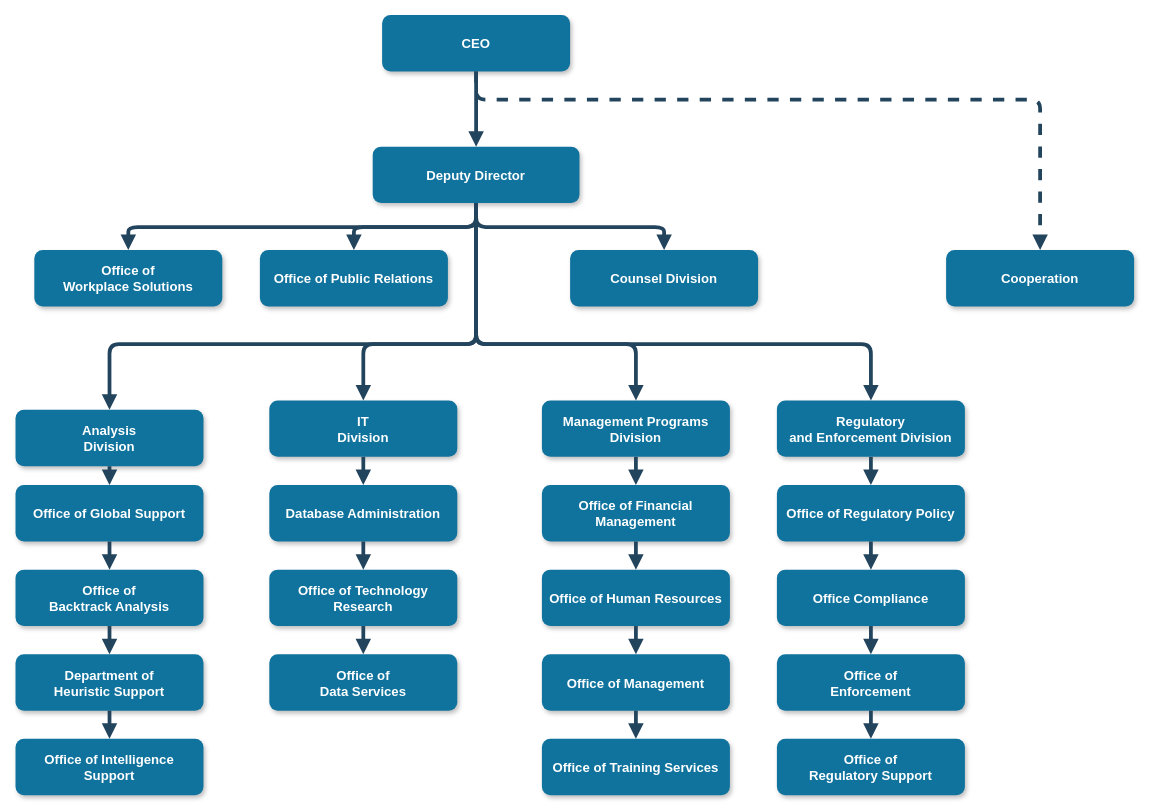
rockysroll/testgit keeps this draw.io diagram as Untitled Diagram.drawio. Above is the earlier version. Source tidied: cells renumbered, new cells numbered last; positions are measured from the earlier drawing's top-left corner, leaving out a move shared by most shapes. Both pictures are drawn from the tidied source at 94%, with x=0, y=0 at pixel (15, 15).
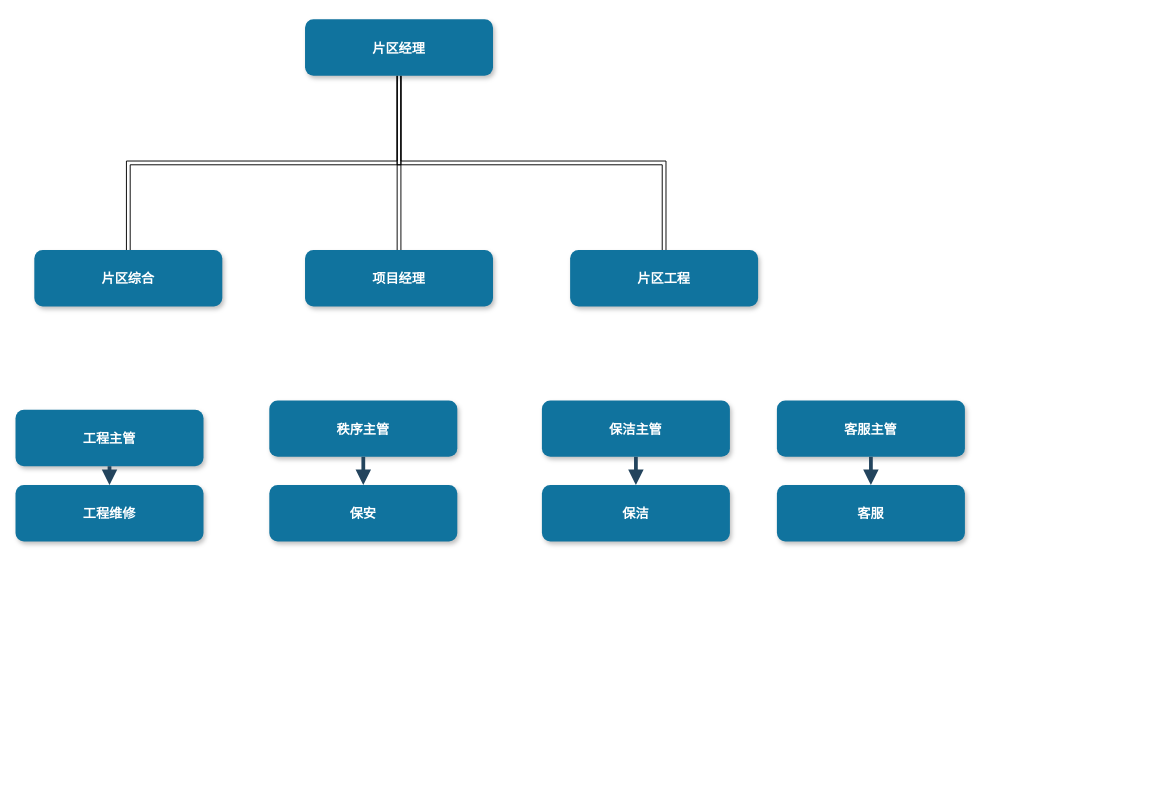
The same diagram, later.

The edit, as a diff of the source:
```diff
@@
+    <mxCell id="51" style="edgeStyle=orthogonalEdgeStyle;shape=link;rounded=0;jettySize=auto;html=1;exitX=0.5;exitY=1;exitDx=0;exitDy=0;" parent="1" edge="1" source="2" target="4">
+      <mxGeometry relative="1" as="geometry" />
+    </mxCell>
+    <mxCell id="52" style="edgeStyle=orthogonalEdgeStyle;shape=link;rounded=0;jettySize=auto;html=1;entryX=0.5;entryY=0;entryDx=0;entryDy=0;exitX=0.5;exitY=1;exitDx=0;exitDy=0;" parent="1" edge="1" source="2" target="6">
+      <mxGeometry relative="1" as="geometry" />
+    </mxCell>
+    <mxCell id="53" style="edgeStyle=orthogonalEdgeStyle;shape=link;rounded=0;jettySize=auto;html=1;entryX=0.5;entryY=0;entryDx=0;entryDy=0;" parent="1" edge="1" source="2" target="5">
+      <mxGeometry relative="1" as="geometry" />
+    </mxCell>
-    <mxCell id="2" value="CEO" style="rounded=1;fillColor=#10739E;strokeColor=none;shadow=1;gradientColor=none;fontStyle=1;fontColor=#FFFFFF;fontSize=14;" parent="1" vertex="1">
-      <mxGeometry x="390" y="-0.5" width="200" height="60" as="geometry" />
+    <mxCell id="2" value="片区经理" style="rounded=1;fillColor=#10739E;strokeColor=none;shadow=1;gradientColor=none;fontStyle=1;fontColor=#FFFFFF;fontSize=14;" parent="1" vertex="1">
+      <mxGeometry x="308" y="4" width="200" height="60" as="geometry" />
     </mxCell>
-    <mxCell id="3" value="Deputy Director" style="rounded=1;fillColor=#10739E;strokeColor=none;shadow=1;gradientColor=none;fontStyle=1;fontColor=#FFFFFF;fontSize=14;" parent="1" vertex="1">
-      <mxGeometry x="380" y="139.5" width="220" height="60" as="geometry" />
-    </mxCell>
-    <mxCell id="4" value="Office of &#10;Workplace Solutions" style="rounded=1;fillColor=#10739E;strokeColor=none;shadow=1;gradientColor=none;fontStyle=1;fontColor=#FFFFFF;fontSize=14;" parent="1" vertex="1">
+    <mxCell id="4" value="片区综合" style="rounded=1;fillColor=#10739E;strokeColor=none;shadow=1;gradientColor=none;fontStyle=1;fontColor=#FFFFFF;fontSize=14;" parent="1" vertex="1">
       <mxGeometry x="20" y="249.5" width="200" height="60" as="geometry" />
     </mxCell>
-    <mxCell id="5" value="Office of Public Relations" style="rounded=1;fillColor=#10739E;strokeColor=none;shadow=1;gradientColor=none;fontStyle=1;fontColor=#FFFFFF;fontSize=14;" parent="1" vertex="1">
-      <mxGeometry x="260" y="249.5" width="200" height="60" as="geometry" />
+    <mxCell id="5" value="项目经理" style="rounded=1;fillColor=#10739E;strokeColor=none;shadow=1;gradientColor=none;fontStyle=1;fontColor=#FFFFFF;fontSize=14;" parent="1" vertex="1">
+      <mxGeometry x="308" y="249.5" width="200" height="60" as="geometry" />
     </mxCell>
-    <mxCell id="6" value="Counsel Division" style="rounded=1;fillColor=#10739E;strokeColor=none;shadow=1;gradientColor=none;fontStyle=1;fontColor=#FFFFFF;fontSize=14;" parent="1" vertex="1">
+    <mxCell id="6" value="片区工程" style="rounded=1;fillColor=#10739E;strokeColor=none;shadow=1;gradientColor=none;fontStyle=1;fontColor=#FFFFFF;fontSize=14;" parent="1" vertex="1">
       <mxGeometry x="590" y="249.5" width="200" height="60" as="geometry" />
     </mxCell>
-    <mxCell id="7" value="Cooperation" style="rounded=1;fillColor=#10739E;strokeColor=none;shadow=1;gradientColor=none;fontStyle=1;fontColor=#FFFFFF;fontSize=14;" parent="1" vertex="1">
-      <mxGeometry x="990" y="249.5" width="200" height="60" as="geometry" />
-    </mxCell>
-    <mxCell id="8" value="Analysis &#10;Division" style="rounded=1;fillColor=#10739E;strokeColor=none;shadow=1;gradientColor=none;fontStyle=1;fontColor=#FFFFFF;fontSize=14;" parent="1" vertex="1">
+    <mxCell id="8" value="工程主管" style="rounded=1;fillColor=#10739E;strokeColor=none;shadow=1;gradientColor=none;fontStyle=1;fontColor=#FFFFFF;fontSize=14;" parent="1" vertex="1">
       <mxGeometry y="419.5" width="200" height="60" as="geometry" />
     </mxCell>
-    <mxCell id="9" value="Office of Global Support" style="rounded=1;fillColor=#10739E;strokeColor=none;shadow=1;gradientColor=none;fontStyle=1;fontColor=#FFFFFF;fontSize=14;" parent="1" vertex="1">
+    <mxCell id="9" value="工程维修" style="rounded=1;fillColor=#10739E;strokeColor=none;shadow=1;gradientColor=none;fontStyle=1;fontColor=#FFFFFF;fontSize=14;" parent="1" vertex="1">
       <mxGeometry y="499.5" width="200" height="60" as="geometry" />
     </mxCell>
-    <mxCell id="10" value="Office of &#10;Backtrack Analysis" style="rounded=1;fillColor=#10739E;strokeColor=none;shadow=1;gradientColor=none;fontStyle=1;fontColor=#FFFFFF;fontSize=14;" parent="1" vertex="1">
-      <mxGeometry y="589.5" width="200" height="60" as="geometry" />
-    </mxCell>
-    <mxCell id="11" value="Department of &#10;Heuristic Support" style="rounded=1;fillColor=#10739E;strokeColor=none;shadow=1;gradientColor=none;fontStyle=1;fontColor=#FFFFFF;fontSize=14;" parent="1" vertex="1">
-      <mxGeometry y="679.5" width="200" height="60" as="geometry" />
-    </mxCell>
-    <mxCell id="12" value="Office of Intelligence &#10;Support" style="rounded=1;fillColor=#10739E;strokeColor=none;shadow=1;gradientColor=none;fontStyle=1;fontColor=#FFFFFF;fontSize=14;" parent="1" vertex="1">
-      <mxGeometry y="769.5" width="200" height="60" as="geometry" />
-    </mxCell>
-    <mxCell id="13" value="IT&#10;Division" style="rounded=1;fillColor=#10739E;strokeColor=none;shadow=1;gradientColor=none;fontStyle=1;fontColor=#FFFFFF;fontSize=14;" parent="1" vertex="1">
+    <mxCell id="13" value="秩序主管" style="rounded=1;fillColor=#10739E;strokeColor=none;shadow=1;gradientColor=none;fontStyle=1;fontColor=#FFFFFF;fontSize=14;" parent="1" vertex="1">
       <mxGeometry x="270" y="409.5" width="200" height="60" as="geometry" />
     </mxCell>
-    <mxCell id="14" value="Database Administration" style="rounded=1;fillColor=#10739E;strokeColor=none;shadow=1;gradientColor=none;fontStyle=1;fontColor=#FFFFFF;fontSize=14;" parent="1" vertex="1">
+    <mxCell id="14" value="保安" style="rounded=1;fillColor=#10739E;strokeColor=none;shadow=1;gradientColor=none;fontStyle=1;fontColor=#FFFFFF;fontSize=14;" parent="1" vertex="1">
       <mxGeometry x="270" y="499.5" width="200" height="60" as="geometry" />
     </mxCell>
-    <mxCell id="15" value="Office of Technology &#10;Research" style="rounded=1;fillColor=#10739E;strokeColor=none;shadow=1;gradientColor=none;fontStyle=1;fontColor=#FFFFFF;fontSize=14;" parent="1" vertex="1">
-      <mxGeometry x="270" y="589.5" width="200" height="60" as="geometry" />
-    </mxCell>
-    <mxCell id="16" value="Office of&#10;Data Services" style="rounded=1;fillColor=#10739E;strokeColor=none;shadow=1;gradientColor=none;fontStyle=1;fontColor=#FFFFFF;fontSize=14;" parent="1" vertex="1">
-      <mxGeometry x="270" y="679.5" width="200" height="60" as="geometry" />
-    </mxCell>
-    <mxCell id="17" value="Management Programs &#10;Division" style="rounded=1;fillColor=#10739E;strokeColor=none;shadow=1;gradientColor=none;fontStyle=1;fontColor=#FFFFFF;fontSize=14;" parent="1" vertex="1">
+    <mxCell id="17" value="保洁主管" style="rounded=1;fillColor=#10739E;strokeColor=none;shadow=1;gradientColor=none;fontStyle=1;fontColor=#FFFFFF;fontSize=14;" parent="1" vertex="1">
       <mxGeometry x="560" y="409.5" width="200" height="60" as="geometry" />
     </mxCell>
-    <mxCell id="18" value="Office of Financial &#10;Management" style="rounded=1;fillColor=#10739E;strokeColor=none;shadow=1;gradientColor=none;fontStyle=1;fontColor=#FFFFFF;fontSize=14;" parent="1" vertex="1">
+    <mxCell id="18" value="保洁" style="rounded=1;fillColor=#10739E;strokeColor=none;shadow=1;gradientColor=none;fontStyle=1;fontColor=#FFFFFF;fontSize=14;" parent="1" vertex="1">
       <mxGeometry x="560" y="499.5" width="200" height="60" as="geometry" />
     </mxCell>
-    <mxCell id="19" value="Office of Human Resources" style="rounded=1;fillColor=#10739E;strokeColor=none;shadow=1;gradientColor=none;fontStyle=1;fontColor=#FFFFFF;fontSize=14;" parent="1" vertex="1">
-      <mxGeometry x="560" y="589.5" width="200" height="60" as="geometry" />
-    </mxCell>
-    <mxCell id="20" value="Office of Management " style="rounded=1;fillColor=#10739E;strokeColor=none;shadow=1;gradientColor=none;fontStyle=1;fontColor=#FFFFFF;fontSize=14;" parent="1" vertex="1">
-      <mxGeometry x="560" y="679.5" width="200" height="60" as="geometry" />
-    </mxCell>
-    <mxCell id="21" value="Office of Training Services" style="rounded=1;fillColor=#10739E;strokeColor=none;shadow=1;gradientColor=none;fontStyle=1;fontColor=#FFFFFF;fontSize=14;" parent="1" vertex="1">
-      <mxGeometry x="560" y="769.5" width="200" height="60" as="geometry" />
-    </mxCell>
-    <mxCell id="22" value="Regulatory &#10;and Enforcement Division" style="rounded=1;fillColor=#10739E;strokeColor=none;shadow=1;gradientColor=none;fontStyle=1;fontColor=#FFFFFF;fontSize=14;" parent="1" vertex="1">
+    <mxCell id="22" value="客服主管" style="rounded=1;fillColor=#10739E;strokeColor=none;shadow=1;gradientColor=none;fontStyle=1;fontColor=#FFFFFF;fontSize=14;" parent="1" vertex="1">
       <mxGeometry x="810" y="409.5" width="200" height="60" as="geometry" />
     </mxCell>
-    <mxCell id="23" value="Office of Regulatory Policy" style="rounded=1;fillColor=#10739E;strokeColor=none;shadow=1;gradientColor=none;fontStyle=1;fontColor=#FFFFFF;fontSize=14;" parent="1" vertex="1">
+    <mxCell id="23" value="客服" style="rounded=1;fillColor=#10739E;strokeColor=none;shadow=1;gradientColor=none;fontStyle=1;fontColor=#FFFFFF;fontSize=14;" parent="1" vertex="1">
       <mxGeometry x="810" y="499.5" width="200" height="60" as="geometry" />
     </mxCell>
-    <mxCell id="24" value="Office Compliance" style="rounded=1;fillColor=#10739E;strokeColor=none;shadow=1;gradientColor=none;fontStyle=1;fontColor=#FFFFFF;fontSize=14;" parent="1" vertex="1">
-      <mxGeometry x="810" y="589.5" width="200" height="60" as="geometry" />
-    </mxCell>
-    <mxCell id="25" value="Office of &#10;Enforcement" style="rounded=1;fillColor=#10739E;strokeColor=none;shadow=1;gradientColor=none;fontStyle=1;fontColor=#FFFFFF;fontSize=14;" parent="1" vertex="1">
-      <mxGeometry x="810" y="679.5" width="200" height="60" as="geometry" />
-    </mxCell>
-    <mxCell id="26" value="Office of&#10; Regulatory Support" style="rounded=1;fillColor=#10739E;strokeColor=none;shadow=1;gradientColor=none;fontStyle=1;fontColor=#FFFFFF;fontSize=14;" parent="1" vertex="1">
-      <mxGeometry x="810" y="769.5" width="200" height="60" as="geometry" />
-    </mxCell>
-    <mxCell id="27" style="edgeStyle=elbowEdgeStyle;elbow=vertical;strokeWidth=4;endArrow=block;endFill=1;fontStyle=1;strokeColor=#23445D;" parent="1" edge="1" source="2" target="3">
-      <mxGeometry x="22" y="165.5" as="geometry" />
-    </mxCell>
-    <mxCell id="28" style="edgeStyle=elbowEdgeStyle;elbow=vertical;strokeWidth=4;endArrow=block;endFill=1;fontStyle=1;strokeColor=#23445D;" parent="1" edge="1" source="3" target="5">
-      <mxGeometry x="22" y="165.5" as="geometry" />
-    </mxCell>
-    <mxCell id="29" style="edgeStyle=elbowEdgeStyle;elbow=vertical;strokeWidth=4;endArrow=block;endFill=1;fontStyle=1;strokeColor=#23445D;" parent="1" edge="1" source="3" target="4">
-      <mxGeometry x="22" y="165.5" as="geometry" />
-    </mxCell>
-    <mxCell id="30" style="edgeStyle=elbowEdgeStyle;elbow=vertical;strokeWidth=4;endArrow=block;endFill=1;fontStyle=1;strokeColor=#23445D;" parent="1" edge="1" source="3" target="6">
-      <mxGeometry x="22" y="165.5" as="geometry" />
-    </mxCell>
-    <mxCell id="31" style="edgeStyle=elbowEdgeStyle;elbow=vertical;strokeWidth=4;endArrow=block;endFill=1;fontStyle=1;dashed=1;strokeColor=#23445D;" parent="1" edge="1" source="2" target="7">
-      <mxGeometry x="22" y="165.5" as="geometry">
-        <Array as="points">
-          <mxPoint x="780" y="89.5" />
-        </Array>
-      </mxGeometry>
-    </mxCell>
-    <mxCell id="32" style="edgeStyle=elbowEdgeStyle;elbow=vertical;strokeWidth=4;endArrow=block;endFill=1;fontStyle=1;strokeColor=#23445D;" parent="1" edge="1" source="3" target="8">
-      <mxGeometry x="22" y="165.5" as="geometry">
-        <Array as="points">
-          <mxPoint x="270" y="349.5" />
-        </Array>
-      </mxGeometry>
-    </mxCell>
-    <mxCell id="33" style="edgeStyle=elbowEdgeStyle;elbow=vertical;strokeWidth=4;endArrow=block;endFill=1;fontStyle=1;strokeColor=#23445D;" parent="1" edge="1" source="3" target="22">
-      <mxGeometry x="22" y="165.5" as="geometry">
-        <Array as="points">
-          <mxPoint x="690" y="349.5" />
-        </Array>
-      </mxGeometry>
-    </mxCell>
@@
-    <mxCell id="35" style="edgeStyle=elbowEdgeStyle;elbow=vertical;strokeWidth=4;endArrow=block;endFill=1;fontStyle=1;strokeColor=#23445D;" parent="1" edge="1" source="9" target="10">
-      <mxGeometry x="62" y="175.5" as="geometry" />
-    </mxCell>
-    <mxCell id="36" style="edgeStyle=elbowEdgeStyle;elbow=vertical;strokeWidth=4;endArrow=block;endFill=1;fontStyle=1;strokeColor=#23445D;" parent="1" edge="1" source="10" target="11">
-      <mxGeometry x="62" y="185.5" as="geometry" />
-    </mxCell>
-    <mxCell id="37" style="edgeStyle=elbowEdgeStyle;elbow=vertical;strokeWidth=4;endArrow=block;endFill=1;fontStyle=1;strokeColor=#23445D;" parent="1" edge="1" source="11" target="12">
-      <mxGeometry x="62" y="195.5" as="geometry" />
-    </mxCell>
@@
-    <mxCell id="39" style="edgeStyle=elbowEdgeStyle;elbow=vertical;strokeWidth=4;endArrow=block;endFill=1;fontStyle=1;strokeColor=#23445D;" parent="1" edge="1" source="14" target="15">
-      <mxGeometry x="62" y="175.5" as="geometry" />
-    </mxCell>
-    <mxCell id="40" style="edgeStyle=elbowEdgeStyle;elbow=vertical;strokeWidth=4;endArrow=block;endFill=1;fontStyle=1;strokeColor=#23445D;" parent="1" edge="1" source="15" target="16">
-      <mxGeometry x="62" y="185.5" as="geometry" />
-    </mxCell>
@@
-    <mxCell id="42" style="edgeStyle=elbowEdgeStyle;elbow=vertical;strokeWidth=4;endArrow=block;endFill=1;fontStyle=1;strokeColor=#23445D;" parent="1" edge="1" source="18" target="19">
-      <mxGeometry x="72" y="175.5" as="geometry" />
-    </mxCell>
-    <mxCell id="43" style="edgeStyle=elbowEdgeStyle;elbow=vertical;strokeWidth=4;endArrow=block;endFill=1;fontStyle=1;strokeColor=#23445D;" parent="1" edge="1" source="19" target="20">
-      <mxGeometry x="72" y="185.5" as="geometry" />
-    </mxCell>
-    <mxCell id="44" style="edgeStyle=elbowEdgeStyle;elbow=vertical;strokeWidth=4;endArrow=block;endFill=1;fontStyle=1;strokeColor=#23445D;" parent="1" edge="1" source="20" target="21">
-      <mxGeometry x="72" y="195.5" as="geometry" />
-    </mxCell>
@@
-    <mxCell id="46" style="edgeStyle=elbowEdgeStyle;elbow=vertical;strokeWidth=4;endArrow=block;endFill=1;fontStyle=1;strokeColor=#23445D;" parent="1" edge="1" source="23" target="24">
-      <mxGeometry x="72" y="175.5" as="geometry" />
-    </mxCell>
-    <mxCell id="47" style="edgeStyle=elbowEdgeStyle;elbow=vertical;strokeWidth=4;endArrow=block;endFill=1;fontStyle=1;strokeColor=#23445D;" parent="1" edge="1" source="24" target="25">
-      <mxGeometry x="72" y="185.5" as="geometry" />
-    </mxCell>
-    <mxCell id="48" style="edgeStyle=elbowEdgeStyle;elbow=vertical;strokeWidth=4;endArrow=block;endFill=1;fontStyle=1;strokeColor=#23445D;" parent="1" edge="1" source="25" target="26">
-      <mxGeometry x="72" y="195.5" as="geometry" />
-    </mxCell>
-    <mxCell id="49" style="edgeStyle=elbowEdgeStyle;elbow=vertical;strokeWidth=4;endArrow=block;endFill=1;fontStyle=1;strokeColor=#23445D;" parent="1" edge="1" source="3" target="13">
-      <mxGeometry x="22" y="165.5" as="geometry">
-        <Array as="points">
-          <mxPoint x="370" y="349.5" />
-        </Array>
-      </mxGeometry>
-    </mxCell>
-    <mxCell id="50" style="edgeStyle=elbowEdgeStyle;elbow=vertical;strokeWidth=4;endArrow=block;endFill=1;fontStyle=1;strokeColor=#23445D;" parent="1" edge="1" source="3" target="17">
-      <mxGeometry x="22" y="165.5" as="geometry">
-        <Array as="points">
-          <mxPoint x="660" y="349.5" />
-        </Array>
-      </mxGeometry>
-    </mxCell>
```
